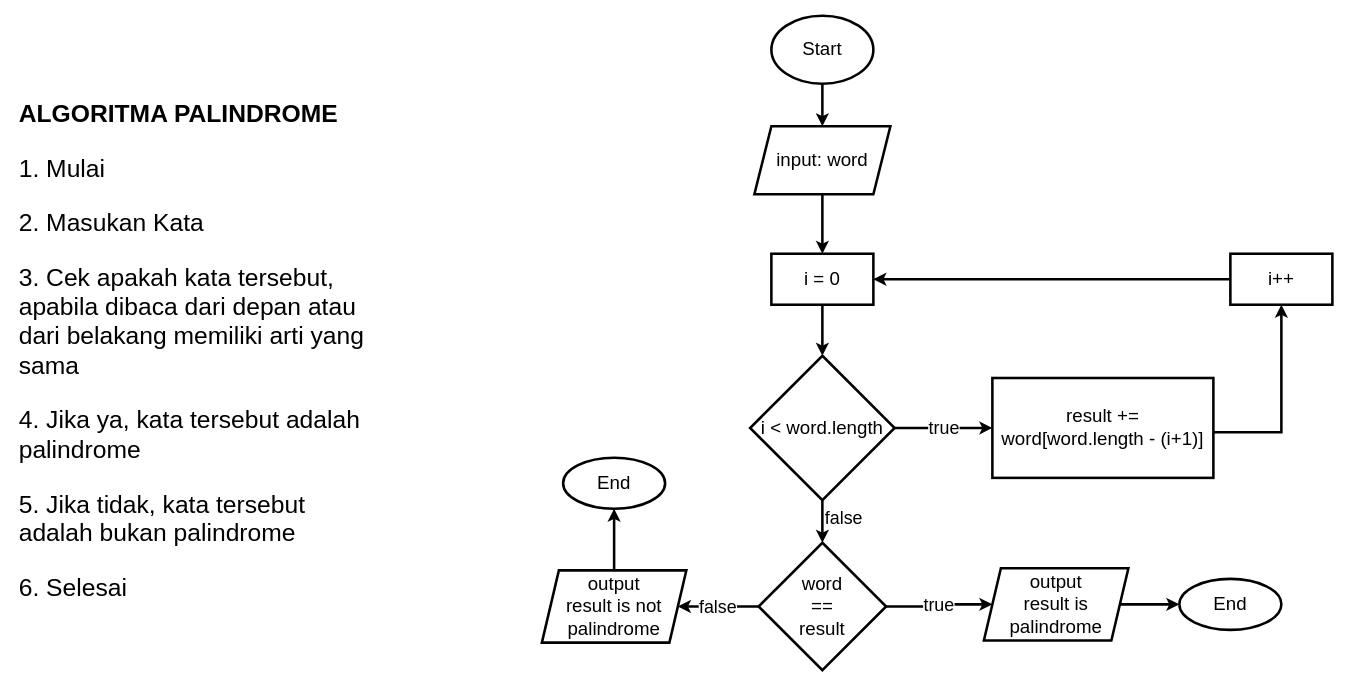
rioprayoga23/fw12-javascript-1 keeps this draw.io diagram as flowchart-palindrome.drawio. Above is the earlier version. Source tidied: cells renumbered, new cells numbered last; positions are measured from the earlier drawing's top-left corner, leaving out a move shared by most shapes. Both pictures are drawn from the tidied source at 85%, with x=0, y=0 at pixel (14, 15).
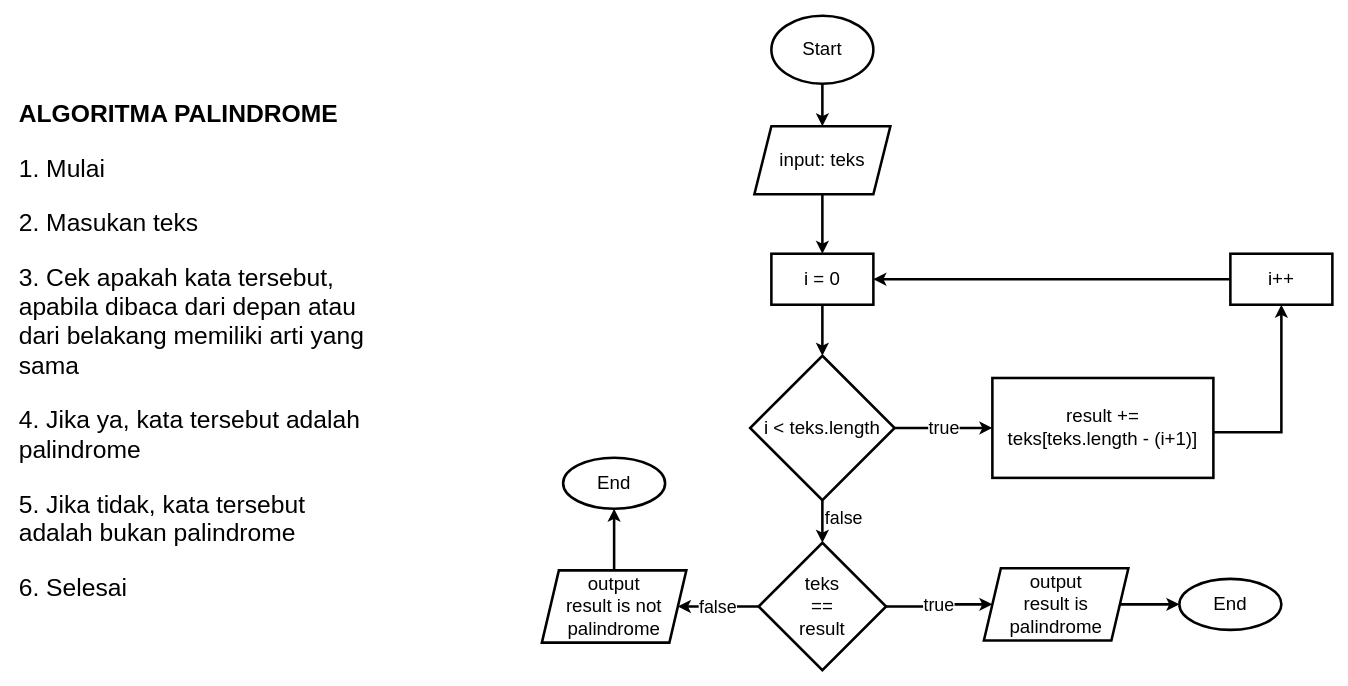
The same diagram, later.

Change to the diagram source:
```diff
@@
-    <mxCell id="5" value="&lt;font style=&quot;font-size: 22px;&quot;&gt;input: word&lt;/font&gt;" style="shape=parallelogram;perimeter=parallelogramPerimeter;whiteSpace=wrap;html=1;fixedSize=1;strokeWidth=3;fontSize=22;" parent="1" vertex="1">
+    <mxCell id="5" value="&lt;font style=&quot;font-size: 22px;&quot;&gt;input: teks&lt;/font&gt;" style="shape=parallelogram;perimeter=parallelogramPerimeter;whiteSpace=wrap;html=1;fixedSize=1;strokeWidth=3;fontSize=22;" parent="1" vertex="1">
       <mxGeometry x="870" y="130" width="160" height="80" as="geometry" />
     </mxCell>
@@
-    <mxCell id="10" value="&lt;font style=&quot;font-size: 22px;&quot;&gt;i &amp;lt; word.length&lt;/font&gt;" style="rhombus;whiteSpace=wrap;html=1;rounded=0;strokeWidth=3;fontSize=22;" parent="1" vertex="1">
+    <mxCell id="10" value="&lt;font style=&quot;font-size: 22px;&quot;&gt;i &amp;lt; teks.length&lt;/font&gt;" style="rhombus;whiteSpace=wrap;html=1;rounded=0;strokeWidth=3;fontSize=22;" parent="1" vertex="1">
       <mxGeometry x="865" y="400" width="170" height="170" as="geometry" />
     </mxCell>
@@
-    <mxCell id="14" value="result += &lt;br&gt;word[word.length - (i+1)]" style="whiteSpace=wrap;html=1;fontSize=22;rounded=0;strokeWidth=3;" parent="1" vertex="1">
+    <mxCell id="14" value="result += &lt;br&gt;teks[teks.length - (i+1)]" style="whiteSpace=wrap;html=1;fontSize=22;rounded=0;strokeWidth=3;" parent="1" vertex="1">
       <mxGeometry x="1150" y="426.2" width="260" height="117.5" as="geometry" />
     </mxCell>
@@
-    <mxCell id="18" value="word&lt;br&gt;==&lt;br&gt;result" style="rhombus;whiteSpace=wrap;html=1;fontSize=22;rounded=0;strokeWidth=3;" parent="1" vertex="1">
+    <mxCell id="18" value="teks&lt;br&gt;==&lt;br&gt;result" style="rhombus;whiteSpace=wrap;html=1;fontSize=22;rounded=0;strokeWidth=3;" parent="1" vertex="1">
       <mxGeometry x="875" y="620" width="150" height="150" as="geometry" />
     </mxCell>
@@
-    <mxCell id="25" value="&lt;h1 style=&quot;font-size: 29px;&quot;&gt;&lt;font style=&quot;font-size: 29px;&quot;&gt;ALGORITMA PALINDROME&lt;/font&gt;&lt;/h1&gt;&lt;p style=&quot;font-size: 29px;&quot;&gt;&lt;font style=&quot;font-size: 29px;&quot;&gt;1. Mulai&lt;/font&gt;&lt;/p&gt;&lt;p style=&quot;font-size: 29px;&quot;&gt;&lt;font style=&quot;font-size: 29px;&quot;&gt;2. Masukan Kata&lt;/font&gt;&lt;/p&gt;&lt;p style=&quot;font-size: 29px;&quot;&gt;&lt;font style=&quot;font-size: 29px;&quot;&gt;3. Cek apakah kata tersebut, apabila dibaca dari depan atau dari belakang memiliki arti yang sama&lt;/font&gt;&lt;/p&gt;&lt;p style=&quot;font-size: 29px;&quot;&gt;&lt;font style=&quot;font-size: 29px;&quot;&gt;4. Jika ya, kata tersebut adalah palindrome&lt;/font&gt;&lt;/p&gt;&lt;p style=&quot;font-size: 29px;&quot;&gt;&lt;font style=&quot;font-size: 29px;&quot;&gt;5. Jika tidak, kata tersebut adalah bukan palindrome&amp;nbsp;&lt;/font&gt;&lt;/p&gt;&lt;p style=&quot;font-size: 29px;&quot;&gt;&lt;font style=&quot;font-size: 29px;&quot;&gt;6. Selesai&lt;/font&gt;&lt;/p&gt;" style="text;html=1;strokeColor=none;fillColor=none;spacing=5;spacingTop=-20;whiteSpace=wrap;overflow=hidden;rounded=0;" parent="1" vertex="1">
+    <mxCell id="25" value="&lt;h1 style=&quot;font-size: 29px;&quot;&gt;&lt;font style=&quot;font-size: 29px;&quot;&gt;ALGORITMA PALINDROME&lt;/font&gt;&lt;/h1&gt;&lt;p style=&quot;font-size: 29px;&quot;&gt;&lt;font style=&quot;font-size: 29px;&quot;&gt;1. Mulai&lt;/font&gt;&lt;/p&gt;&lt;p style=&quot;font-size: 29px;&quot;&gt;&lt;font style=&quot;font-size: 29px;&quot;&gt;2. Masukan teks&lt;/font&gt;&lt;/p&gt;&lt;p style=&quot;font-size: 29px;&quot;&gt;&lt;font style=&quot;font-size: 29px;&quot;&gt;3. Cek apakah kata tersebut, apabila dibaca dari depan atau dari belakang memiliki arti yang sama&lt;/font&gt;&lt;/p&gt;&lt;p style=&quot;font-size: 29px;&quot;&gt;&lt;font style=&quot;font-size: 29px;&quot;&gt;4. Jika ya, kata tersebut adalah palindrome&lt;/font&gt;&lt;/p&gt;&lt;p style=&quot;font-size: 29px;&quot;&gt;&lt;font style=&quot;font-size: 29px;&quot;&gt;5. Jika tidak, kata tersebut adalah bukan palindrome&amp;nbsp;&lt;/font&gt;&lt;/p&gt;&lt;p style=&quot;font-size: 29px;&quot;&gt;&lt;font style=&quot;font-size: 29px;&quot;&gt;6. Selesai&lt;/font&gt;&lt;/p&gt;" style="text;html=1;strokeColor=none;fillColor=none;spacing=5;spacingTop=-20;whiteSpace=wrap;overflow=hidden;rounded=0;" parent="1" vertex="1">
       <mxGeometry y="90" width="427.5" height="620" as="geometry" />
     </mxCell>
```
